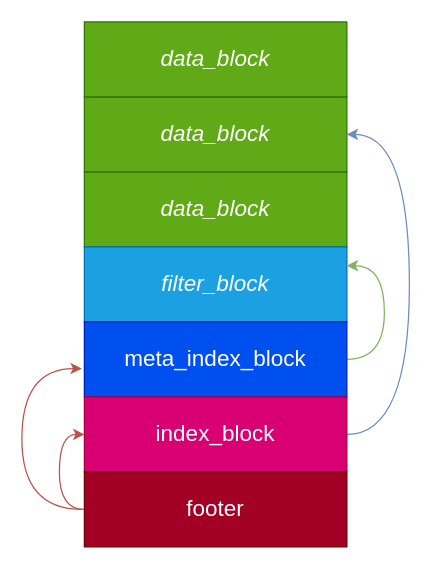
Earlier version of the draw.io diagram 20211103.drawio (RiverFerry/picBed). Source tidied: cells renumbered, new cells numbered last; positions are measured from the earlier drawing's top-left corner, leaving out a move shared by most shapes. Both pictures are drawn from the tidied source at 125%, with x=0, y=0 at pixel (21, 21).
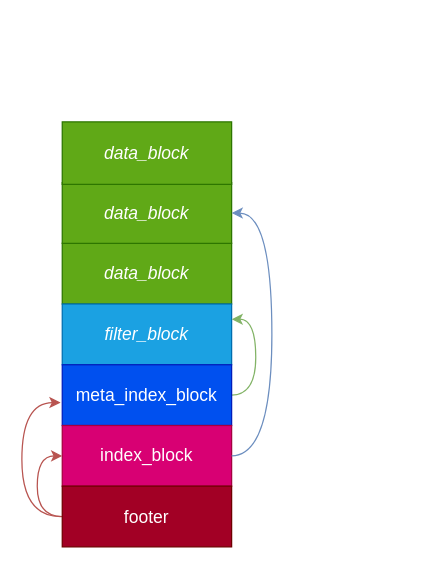
Above is the later version.

Change to the diagram source:
```diff
@@
 <mxGraphModel>
   <root>
     <mxCell id="0" />
     <mxCell id="1" parent="0" />
+    <mxCell id="13" style="group;" parent="1" vertex="1">
+      <mxGeometry y="80" width="200" height="340" as="geometry" />
+    </mxCell>
-    <mxCell id="2" value="&lt;i style=&quot;font-size: 18px&quot;&gt;data_block&lt;/i&gt;" style="rounded=0;whiteSpace=wrap;html=1;fillColor=#60a917;strokeColor=#2D7600;fontColor=#ffffff;" parent="1" vertex="1">
-      <mxGeometry x="50" y="120" width="210" height="60" as="geometry" />
+    <mxCell id="2" value="&lt;i&gt;&lt;font style=&quot;font-size: 14px&quot;&gt;data_block&lt;/font&gt;&lt;/i&gt;" style="rounded=0;whiteSpace=wrap;html=1;fillColor=#60a917;strokeColor=#2D7600;fontColor=#ffffff;" parent="13" vertex="1">
+      <mxGeometry x="32.3" y="97.1" width="135.5" height="48.6" as="geometry" />
     </mxCell>
-    <mxCell id="3" value="&lt;font size=&quot;1&quot;&gt;&lt;i style=&quot;font-size: 18px&quot;&gt;filter_block&lt;/i&gt;&lt;/font&gt;" style="rounded=0;whiteSpace=wrap;html=1;fillColor=#1ba1e2;strokeColor=#006EAF;fontColor=#ffffff;" parent="1" vertex="1">
-      <mxGeometry x="50" y="180" width="210" height="60" as="geometry" />
+    <mxCell id="3" value="&lt;font size=&quot;1&quot;&gt;&lt;i style=&quot;font-size: 14px&quot;&gt;filter_block&lt;/i&gt;&lt;/font&gt;" style="rounded=0;whiteSpace=wrap;html=1;fillColor=#1ba1e2;strokeColor=#006EAF;fontColor=#ffffff;" parent="13" vertex="1">
+      <mxGeometry x="32.3" y="145.7" width="135.5" height="48.6" as="geometry" />
     </mxCell>
-    <mxCell id="4" style="edgeStyle=orthogonalEdgeStyle;rounded=0;jettySize=auto;html=1;entryX=1;entryY=0.25;entryDx=0;entryDy=0;exitX=1;exitY=0.5;exitDx=0;exitDy=0;fillColor=#d5e8d4;strokeColor=#82b366;curved=1;" parent="1" edge="1" source="5" target="3">
+    <mxCell id="4" style="edgeStyle=orthogonalEdgeStyle;rounded=0;jettySize=auto;html=1;entryX=1;entryY=0.25;entryDx=0;entryDy=0;exitX=1;exitY=0.5;exitDx=0;exitDy=0;fillColor=#d5e8d4;strokeColor=#82b366;curved=1;" parent="13" edge="1" source="5" target="3">
       <mxGeometry relative="1" as="geometry">
         <Array as="points">
-          <mxPoint x="290" y="270" />
-          <mxPoint x="290" y="195" />
+          <mxPoint x="187.1" y="218.6" />
+          <mxPoint x="187.1" y="157.9" />
         </Array>
       </mxGeometry>
     </mxCell>
-    <mxCell id="5" value="&lt;font style=&quot;font-size: 18px&quot;&gt;meta_index_block&lt;/font&gt;" style="rounded=0;whiteSpace=wrap;html=1;fillColor=#0050ef;strokeColor=#001DBC;fontColor=#ffffff;" parent="1" vertex="1">
-      <mxGeometry x="50" y="240" width="210" height="60" as="geometry" />
+    <mxCell id="5" value="&lt;font style=&quot;font-size: 14px&quot;&gt;meta_index_block&lt;/font&gt;" style="rounded=0;whiteSpace=wrap;html=1;fillColor=#0050ef;strokeColor=#001DBC;fontColor=#ffffff;" parent="13" vertex="1">
+      <mxGeometry x="32.3" y="194.3" width="135.5" height="48.6" as="geometry" />
     </mxCell>
-    <mxCell id="6" style="edgeStyle=orthogonalEdgeStyle;rounded=0;jettySize=auto;html=1;entryX=1;entryY=0.5;entryDx=0;entryDy=0;exitX=1;exitY=0.5;exitDx=0;exitDy=0;fillColor=#dae8fc;strokeColor=#6c8ebf;curved=1;" parent="1" edge="1" source="7" target="11">
-      <mxGeometry relative="1" as="geometry">
-        <Array as="points">
-          <mxPoint x="310" y="330" />
-          <mxPoint x="310" y="90" />
-        </Array>
-      </mxGeometry>
-    </mxCell>
-    <mxCell id="7" value="&lt;font style=&quot;font-size: 18px&quot;&gt;index_block&lt;/font&gt;" style="rounded=0;whiteSpace=wrap;html=1;fillColor=#d80073;strokeColor=#A50040;fontColor=#ffffff;" parent="1" vertex="1">
-      <mxGeometry x="50" y="300" width="210" height="60" as="geometry" />
+    <mxCell id="7" value="&lt;font style=&quot;font-size: 14px&quot;&gt;index_block&lt;/font&gt;" style="rounded=0;whiteSpace=wrap;html=1;fillColor=#d80073;strokeColor=#A50040;fontColor=#ffffff;" parent="13" vertex="1">
+      <mxGeometry x="32.3" y="242.9" width="135.5" height="48.6" as="geometry" />
     </mxCell>
-    <mxCell id="8" style="edgeStyle=orthogonalEdgeStyle;rounded=0;jettySize=auto;html=1;entryX=0;entryY=0.5;entryDx=0;entryDy=0;exitX=0;exitY=0.5;exitDx=0;exitDy=0;fillColor=#f8cecc;strokeColor=#b85450;curved=1;" parent="1" edge="1" source="10" target="7">
+    <mxCell id="8" style="edgeStyle=orthogonalEdgeStyle;rounded=0;jettySize=auto;html=1;entryX=0;entryY=0.5;entryDx=0;entryDy=0;exitX=0;exitY=0.5;exitDx=0;exitDy=0;fillColor=#f8cecc;strokeColor=#b85450;curved=1;" parent="13" edge="1" source="10" target="7">
       <mxGeometry relative="1" as="geometry" />
     </mxCell>
-    <mxCell id="9" style="edgeStyle=orthogonalEdgeStyle;rounded=0;jettySize=auto;html=1;entryX=-0.01;entryY=0.623;entryDx=0;entryDy=0;entryPerimeter=0;fillColor=#f8cecc;strokeColor=#b85450;curved=1;" parent="1" edge="1" target="5">
+    <mxCell id="9" style="edgeStyle=orthogonalEdgeStyle;rounded=0;jettySize=auto;html=1;entryX=-0.01;entryY=0.623;entryDx=0;entryDy=0;entryPerimeter=0;fillColor=#f8cecc;strokeColor=#b85450;curved=1;" parent="13" edge="1" target="5">
       <mxGeometry relative="1" as="geometry">
-        <mxPoint x="48" y="390" as="sourcePoint" />
+        <mxPoint x="31" y="315.7" as="sourcePoint" />
         <Array as="points">
-          <mxPoint y="390" />
-          <mxPoint y="277" />
+          <mxPoint y="315.7" />
+          <mxPoint y="224.2" />
         </Array>
       </mxGeometry>
     </mxCell>
-    <mxCell id="10" value="&lt;font style=&quot;font-size: 18px&quot;&gt;footer&lt;/font&gt;" style="rounded=0;whiteSpace=wrap;html=1;fillColor=#a20025;strokeColor=#6F0000;fontColor=#ffffff;" parent="1" vertex="1">
-      <mxGeometry x="50" y="360" width="210" height="60" as="geometry" />
+    <mxCell id="10" value="&lt;font style=&quot;font-size: 14px&quot;&gt;footer&lt;/font&gt;" style="rounded=0;whiteSpace=wrap;html=1;fillColor=#a20025;strokeColor=#6F0000;fontColor=#ffffff;" parent="13" vertex="1">
+      <mxGeometry x="32.3" y="291.4" width="135.5" height="48.6" as="geometry" />
     </mxCell>
-    <mxCell id="11" value="&lt;i style=&quot;font-size: 18px&quot;&gt;data_block&lt;/i&gt;" style="rounded=0;whiteSpace=wrap;html=1;fillColor=#60a917;strokeColor=#2D7600;fontColor=#ffffff;" parent="1" vertex="1">
-      <mxGeometry x="50" y="60" width="210" height="60" as="geometry" />
+    <mxCell id="11" value="&lt;i&gt;&lt;font style=&quot;font-size: 14px&quot;&gt;data_block&lt;/font&gt;&lt;/i&gt;" style="rounded=0;whiteSpace=wrap;html=1;fillColor=#60a917;strokeColor=#2D7600;fontColor=#ffffff;" parent="13" vertex="1">
+      <mxGeometry x="32.3" y="48.6" width="135.5" height="48.6" as="geometry" />
     </mxCell>
+    <mxCell id="6" style="edgeStyle=orthogonalEdgeStyle;rounded=0;jettySize=auto;html=1;entryX=1;entryY=0.5;entryDx=0;entryDy=0;exitX=1;exitY=0.5;exitDx=0;exitDy=0;fillColor=#dae8fc;strokeColor=#6c8ebf;curved=1;" parent="13" edge="1" source="7" target="11">
+      <mxGeometry relative="1" as="geometry">
+        <Array as="points">
+          <mxPoint x="200" y="267.1" />
+          <mxPoint x="200" y="72.9" />
+        </Array>
+      </mxGeometry>
+    </mxCell>
-    <mxCell id="12" value="&lt;font size=&quot;1&quot;&gt;&lt;i style=&quot;font-size: 18px&quot;&gt;data_block&lt;/i&gt;&lt;/font&gt;" style="rounded=0;whiteSpace=wrap;html=1;fillColor=#60a917;strokeColor=#2D7600;fontColor=#ffffff;" parent="1" vertex="1">
-      <mxGeometry x="50" width="210" height="60" as="geometry" />
+    <mxCell id="12" value="&lt;font size=&quot;1&quot;&gt;&lt;i style=&quot;font-size: 14px&quot;&gt;data_block&lt;/i&gt;&lt;/font&gt;" style="rounded=0;whiteSpace=wrap;html=1;fillColor=#60a917;strokeColor=#2D7600;fontColor=#ffffff;" parent="13" vertex="1">
+      <mxGeometry x="32.3" width="135.5" height="50" as="geometry" />
     </mxCell>
   </root>
 </mxGraphModel>
```
